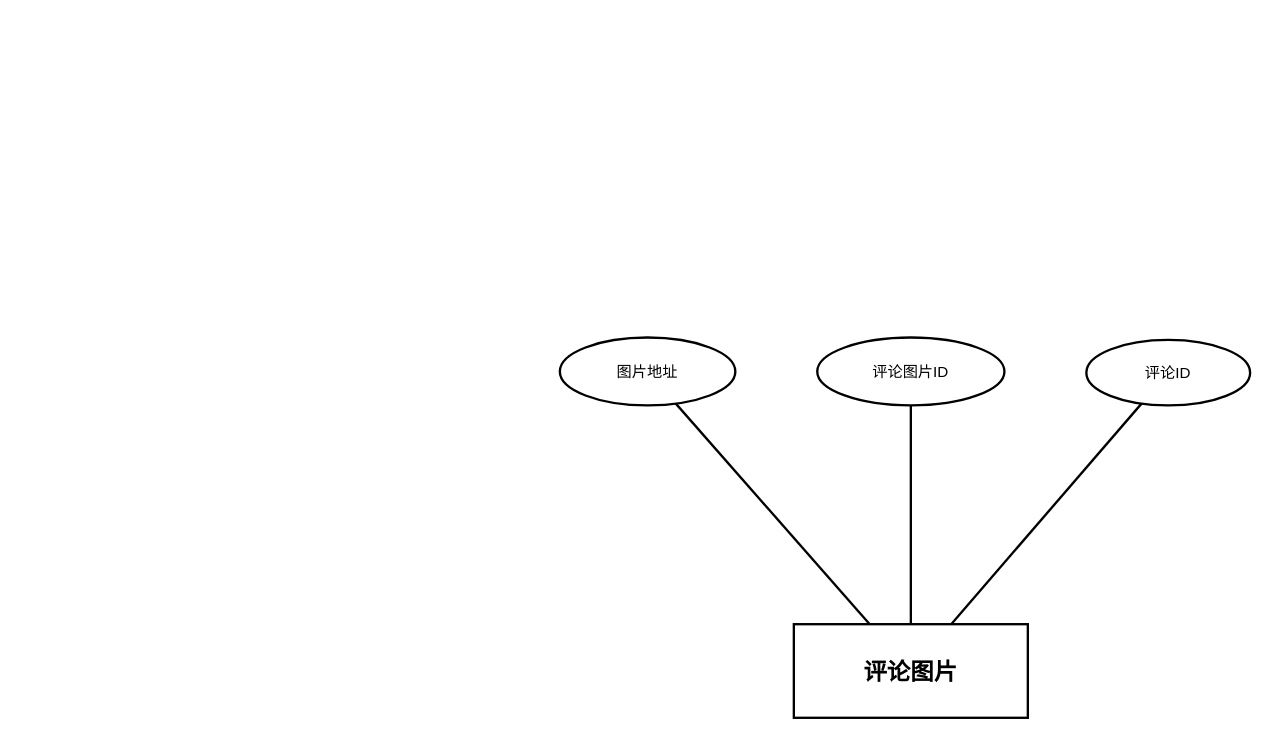
612cs/TrailQuest keeps this draw.io diagram as DOCS/thesis/figures/entity-diagrams/review_images/review_images_entity.drawio. Above is the earlier version. Source tidied: cells renumbered, new cells numbered last; positions are measured from the earlier drawing's top-left corner, leaving out a move shared by most shapes. Both pictures are drawn from the tidied source at 117%, with x=0, y=0 at pixel (559, 337).
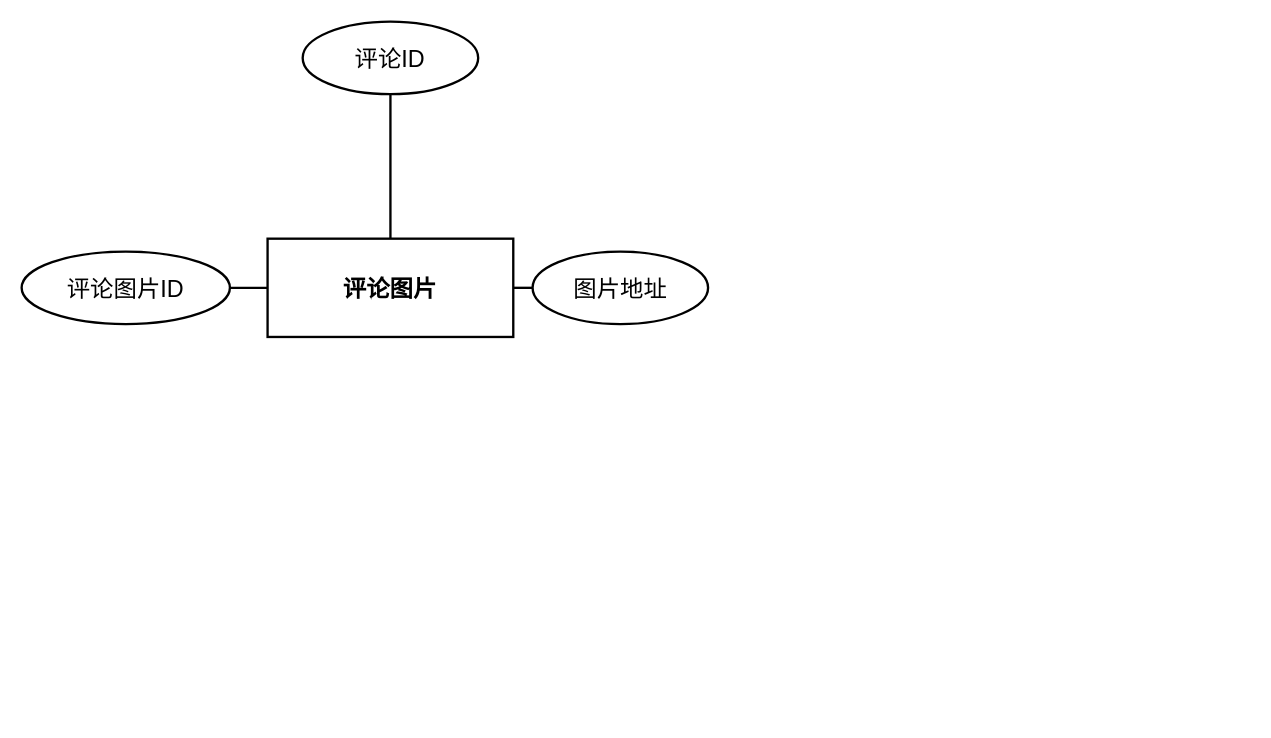
The same diagram, later.

The edit, as a diff of the source:
```diff
@@
 <mxGraphModel>
   <root>
     <mxCell id="0" />
     <mxCell id="1" parent="0" />
-    <mxCell id="2" value="评论图片" style="rounded=0;whiteSpace=wrap;html=1;fillColor=#ffffff;strokeColor=#000000;fontColor=#000000;fontFamily=Arial;fontSize=20;fontStyle=1;align=center;verticalAlign=middle;strokeWidth=2;" parent="1" vertex="1">
-      <mxGeometry x="200" y="245" width="200" height="80" as="geometry" />
+    <mxCell id="2" value="评论图片" style="rounded=0;whiteSpace=wrap;html=1;fillColor=none;strokeColor=#000000;fontColor=#000000;fontFamily=Arial;fontSize=20;fontStyle=1;align=center;verticalAlign=middle;strokeWidth=2;gradientColor=none;shadow=0;glass=0;" parent="1" vertex="1">
+      <mxGeometry x="-249.8" y="-84.5" width="210" height="84" as="geometry" />
     </mxCell>
-    <mxCell id="3" value="评论图片ID" style="ellipse;whiteSpace=wrap;html=1;fillColor=#ffffff;strokeColor=#000000;fontColor=#000000;fontFamily=Arial;fontSize=13;align=center;verticalAlign=middle;strokeWidth=2;" parent="1" vertex="1">
-      <mxGeometry x="220" width="160" height="58" as="geometry" />
+    <mxCell id="3" value="评论图片ID" style="ellipse;whiteSpace=wrap;html=1;fillColor=none;strokeColor=#000000;fontColor=#000000;fontFamily=Arial;fontSize=20;align=center;verticalAlign=middle;strokeWidth=2;gradientColor=none;shadow=0;glass=0;" parent="1" vertex="1">
+      <mxGeometry x="-460" y="-73.5" width="178" height="62" as="geometry" />
     </mxCell>
-    <mxCell id="4" value="评论ID" style="ellipse;whiteSpace=wrap;html=1;fillColor=#ffffff;strokeColor=#000000;fontColor=#000000;fontFamily=Arial;fontSize=13;align=center;verticalAlign=middle;strokeWidth=2;" parent="1" vertex="1">
-      <mxGeometry x="450" y="2" width="140" height="56" as="geometry" />
+    <mxCell id="4" value="评论ID" style="ellipse;whiteSpace=wrap;html=1;fillColor=none;strokeColor=#000000;fontColor=#000000;fontFamily=Arial;fontSize=20;align=center;verticalAlign=middle;strokeWidth=2;gradientColor=none;shadow=0;glass=0;" parent="1" vertex="1">
+      <mxGeometry x="-219.8" y="-270" width="150" height="62" as="geometry" />
     </mxCell>
-    <mxCell id="5" value="图片地址" style="ellipse;whiteSpace=wrap;html=1;fillColor=#ffffff;strokeColor=#000000;fontColor=#000000;fontFamily=Arial;fontSize=13;align=center;verticalAlign=middle;strokeWidth=2;" parent="1" vertex="1">
-      <mxGeometry width="150" height="58" as="geometry" />
+    <mxCell id="5" value="图片地址" style="ellipse;whiteSpace=wrap;html=1;fillColor=none;strokeColor=#000000;fontColor=#000000;fontFamily=Arial;fontSize=20;align=center;verticalAlign=middle;strokeWidth=2;gradientColor=none;shadow=0;glass=0;" parent="1" vertex="1">
+      <mxGeometry x="-23.3" y="-73.5" width="150" height="62" as="geometry" />
     </mxCell>
     <mxCell id="6" style="endArrow=none;html=1;rounded=0;strokeColor=#000000;strokeWidth=2;" parent="1" edge="1" source="2" target="3">
       <mxGeometry relative="1" as="geometry" />
     </mxCell>
     <mxCell id="7" style="endArrow=none;html=1;rounded=0;strokeColor=#000000;strokeWidth=2;" parent="1" edge="1" source="2" target="4">
       <mxGeometry relative="1" as="geometry" />
     </mxCell>
     <mxCell id="8" style="endArrow=none;html=1;rounded=0;strokeColor=#000000;strokeWidth=2;" parent="1" edge="1" source="2" target="5">
       <mxGeometry relative="1" as="geometry" />
     </mxCell>
   </root>
 </mxGraphModel>
```
